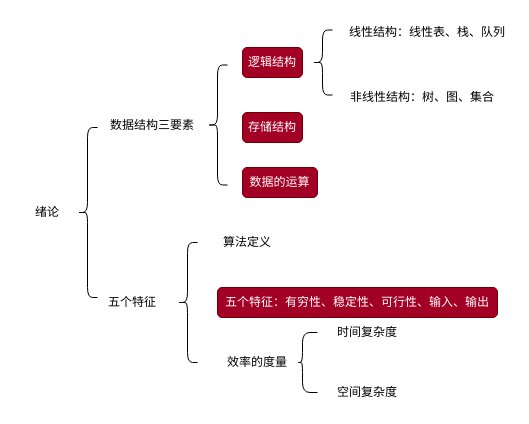
Above: pages/note/408/Data Structure/01绪论/images/绪论.drawio in wulalacho/wulalacho.github.io (draw.io), before the change. Source tidied: cells renumbered, new cells numbered last; positions are measured from the earlier drawing's top-left corner, leaving out a move shared by most shapes. Both pictures are drawn from the tidied source at 100%, with x=0, y=0 at pixel (17, 17).
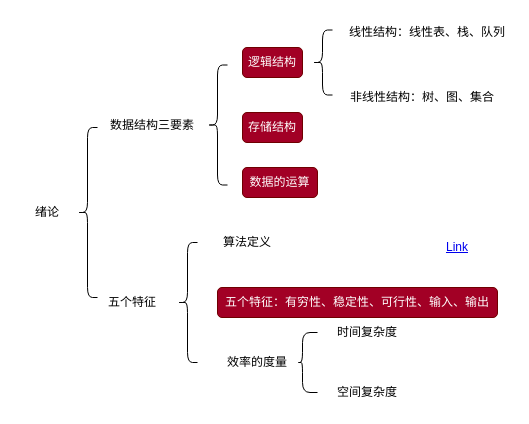
The same diagram, later.

Change to the diagram source:
```diff
@@
+    <mxCell id="20" value="Link" style="text;html=1;strokeColor=none;fillColor=none;whiteSpace=wrap;align=center;verticalAlign=middle;fontColor=#0000EE;fontStyle=4;" parent="1" vertex="1">
+      <mxGeometry x="410" y="210" width="60" height="40" as="geometry" />
+    </mxCell>
```
